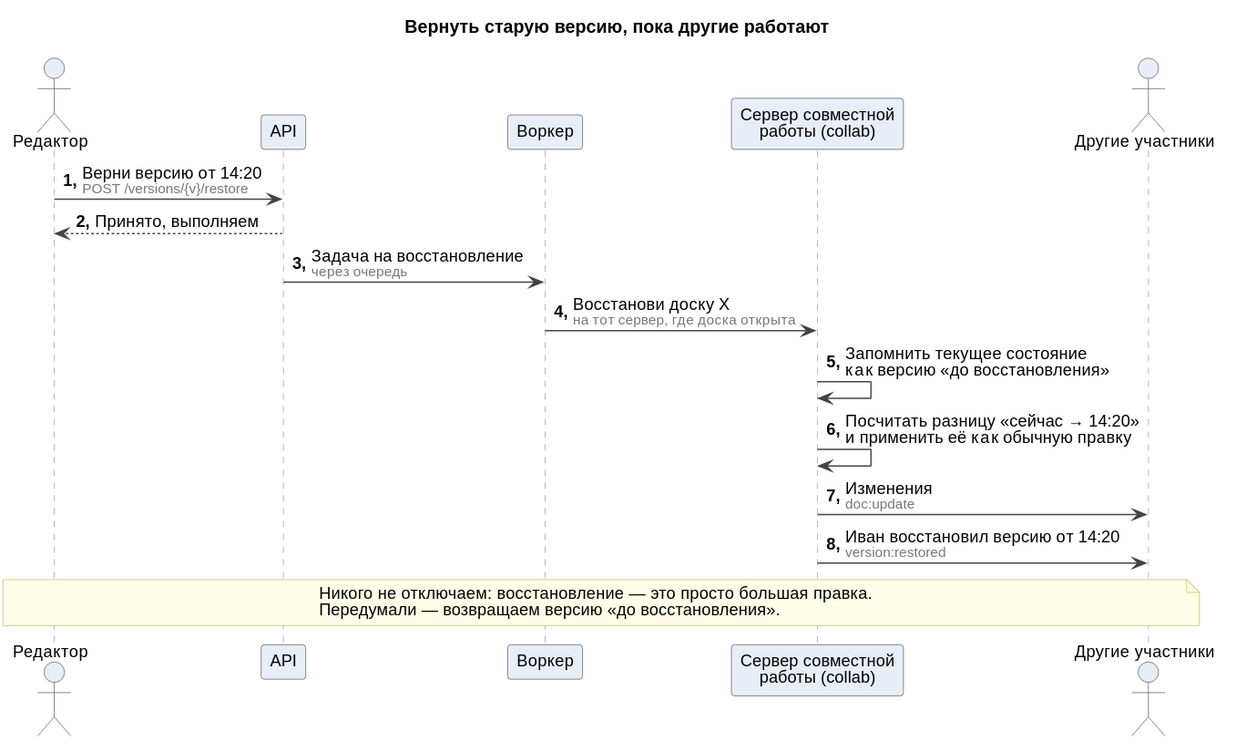
Earlier version of the PlantUML export docs/system-design/sequences/07-version-restore.svg (fanera-team/fanera). The source it was exported from:
```plantuml
@startuml
!include _style.iuml
title Вернуть старую версию, пока другие работают

actor "Редактор" as U
participant "API" as API
participant "Воркер" as W
participant "Сервер совместной\nработы (collab)" as S
actor "Другие участники" as O

U -> API : Верни версию от 14:20 $t("POST /versions/{v}/restore")
API --> U : Принято, выполняем
API -> W : Задача на восстановление $t("через очередь")
W -> S : Восстанови доску X $t("на тот сервер, где доска открыта")
S -> S : Запомнить текущее состояние\nкак версию «до восстановления»
S -> S : Посчитать разницу «сейчас → 14:20»\nи применить её как обычную правку
S -> O : Изменения $t("doc:update")
S -> O : Иван восстановил версию от 14:20 $t("version:restored")

note over U, O
  Никого не отключаем: восстановление — это просто большая правка.
  Передумали — возвращаем версию «до восстановления».
end note
@enduml
```
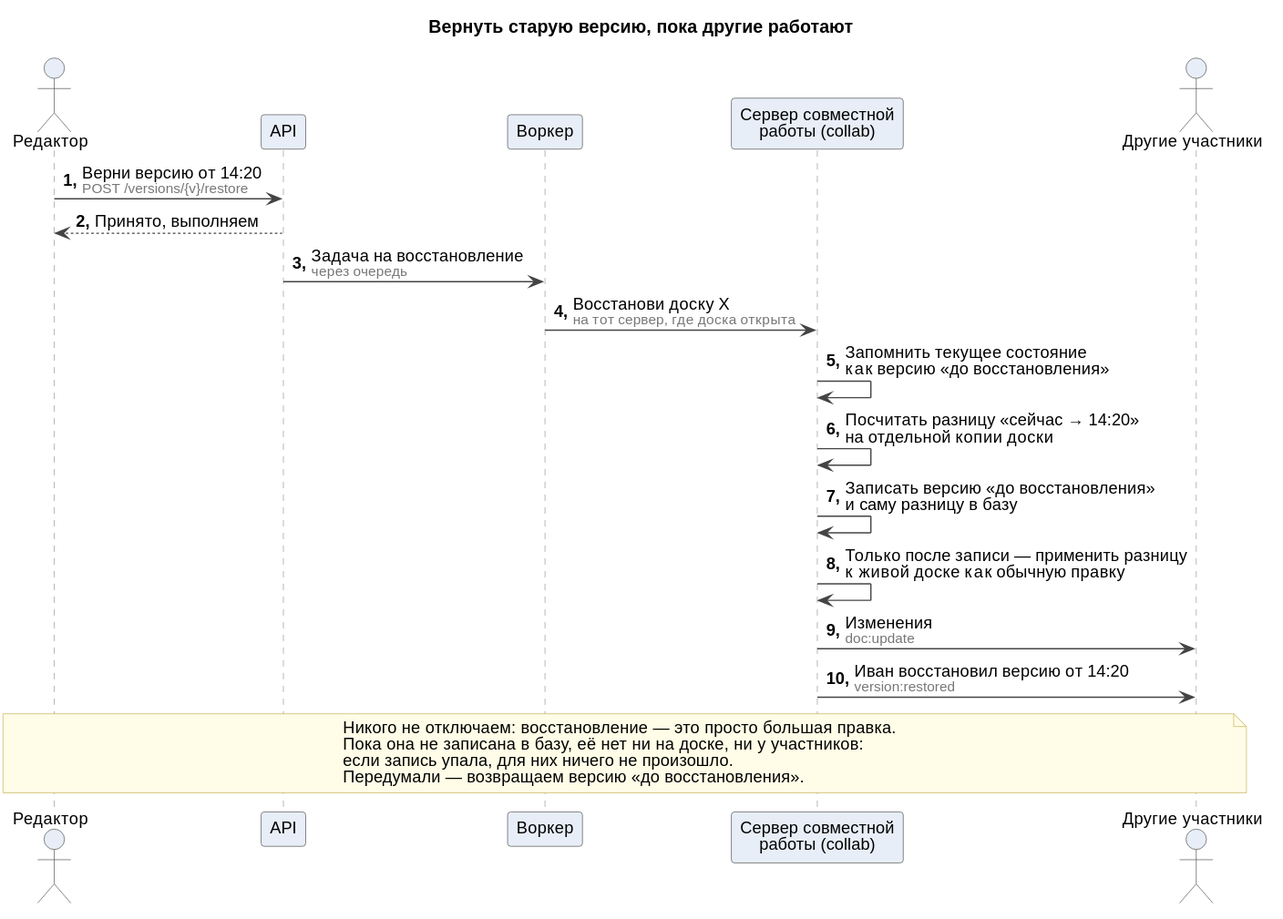
After the commit.

Diff of the diagram source:
```diff
@@ -13,12 +13,16 @@
 API -> W : Задача на восстановление $t("через очередь")
 W -> S : Восстанови доску X $t("на тот сервер, где доска открыта")
 S -> S : Запомнить текущее состояние\nкак версию «до восстановления»
-S -> S : Посчитать разницу «сейчас → 14:20»\nи применить её как обычную правку
+S -> S : Посчитать разницу «сейчас → 14:20»\nна отдельной копии доски
+S -> S : Записать версию «до восстановления»\nи саму разницу в базу
+S -> S : Только после записи — применить разницу\nк живой доске как обычную правку
 S -> O : Изменения $t("doc:update")
 S -> O : Иван восстановил версию от 14:20 $t("version:restored")
 
 note over U, O
   Никого не отключаем: восстановление — это просто большая правка.
+  Пока она не записана в базу, её нет ни на доске, ни у участников:
+  если запись упала, для них ничего не произошло.
   Передумали — возвращаем версию «до восстановления».
 end note
 @enduml
```
